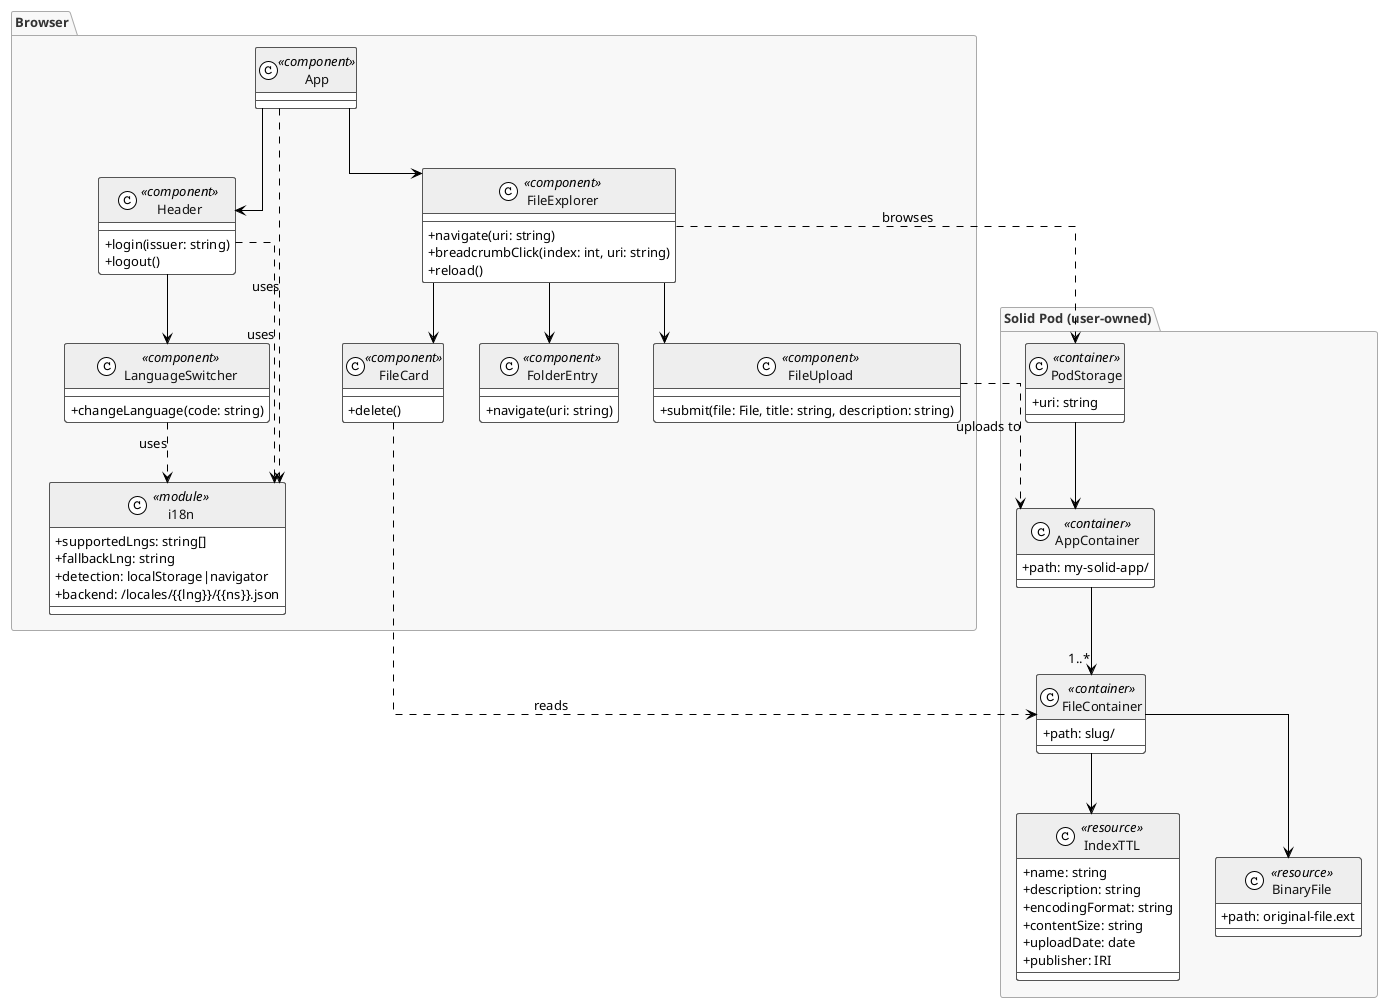
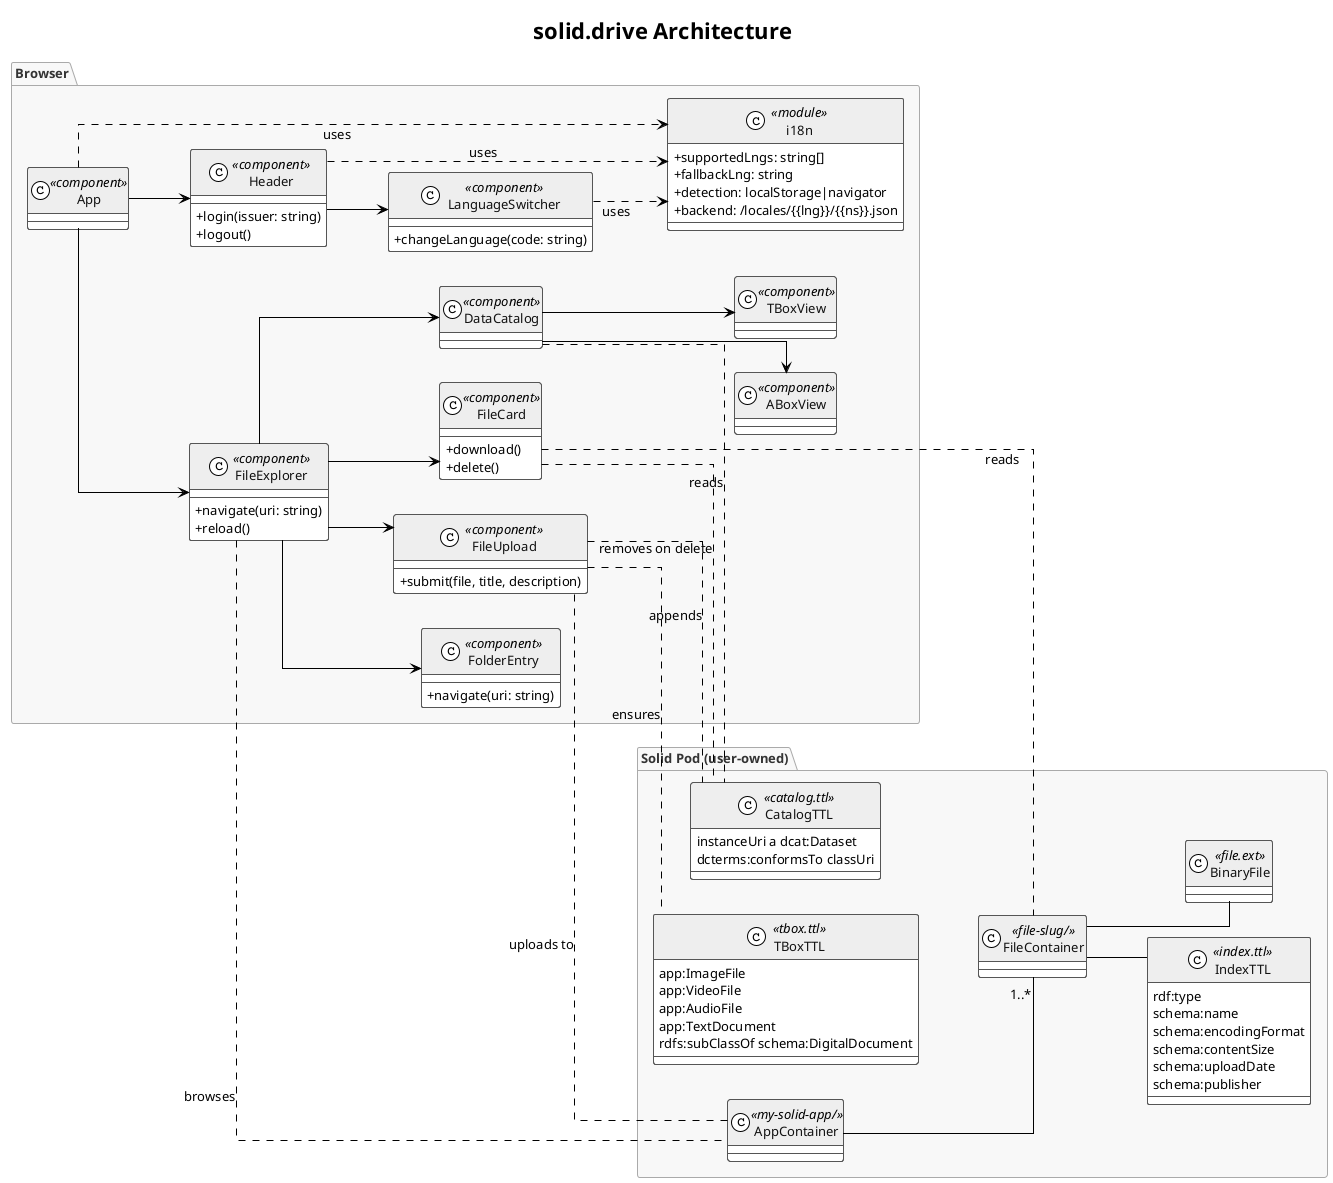
- @startuml solid.drive Architecture
+ @startuml architecture
+ title solid.drive Architecture
+ 
!theme plain
skinparam defaultFontName sans-serif
skinparam defaultFontSize 13
+ skinparam classAttributeIconSize 0
+ skinparam backgroundColor White
skinparam linetype ortho
- skinparam classAttributeIconSize 0

skinparam class {
  BackgroundColor White
  BorderColor #555555
  FontColor #111111
  HeaderBackgroundColor #EEEEEE
}

skinparam package {
  BackgroundColor #F8F8F8
  BorderColor #AAAAAA
  FontColor #333333
  FontStyle Bold
}

- skinparam note {
-   BackgroundColor #FFFFF0
-   BorderColor #AAAAAA
- }
+ left to right direction

package "Browser" {

-   class App <<component>> {
-   }
+   class App <<component>>

  class Header <<component>> {
    +login(issuer: string)
    +logout()
  }

  class LanguageSwitcher <<component>> {
    +changeLanguage(code: string)
  }

  class FileExplorer <<component>> {
    +navigate(uri: string)
-     +breadcrumbClick(index: int, uri: string)
    +reload()
  }

  class FileUpload <<component>> {
-     +submit(file: File, title: string, description: string)
+     +submit(file, title, description)
  }

  class FileCard <<component>> {
+     +download()
    +delete()
  }

  class FolderEntry <<component>> {
    +navigate(uri: string)
  }
+ 
+   class DataCatalog <<component>>
+   class TBoxView <<component>>
+   class ABoxView <<component>>

  class i18n <<module>> {
    +supportedLngs: string[]
    +fallbackLng: string
    +detection: localStorage|navigator
    +backend: /locales/{{lng}}/{{ns}}.json
  }

  App --> Header
  App --> FileExplorer
  Header --> LanguageSwitcher
  FileExplorer --> FileUpload
  FileExplorer --> FileCard
  FileExplorer --> FolderEntry
+   FileExplorer --> DataCatalog
+   DataCatalog --> TBoxView
+   DataCatalog --> ABoxView
  App ..> i18n : uses
  Header ..> i18n : uses
  LanguageSwitcher ..> i18n : uses
}

package "Solid Pod (user-owned)" {

-   class PodStorage <<container>> {
-     +uri: string
+   class TBoxTTL <<tbox.ttl>> {
+     app:ImageFile
+     app:VideoFile
+     app:AudioFile
+     app:TextDocument
+     rdfs:subClassOf schema:DigitalDocument
  }

-   class AppContainer <<container>> {
-     +path: my-solid-app/
+   class CatalogTTL <<catalog.ttl>> {
+     instanceUri a dcat:Dataset
+     dcterms:conformsTo classUri
  }

-   class FileContainer <<container>> {
-     +path: slug/
+   class AppContainer <<my-solid-app/>>
+ 
+   class FileContainer <<file-slug/>>
+ 
+   class IndexTTL <<index.ttl>> {
+     rdf:type
+     schema:name
+     schema:encodingFormat
+     schema:contentSize
+     schema:uploadDate
+     schema:publisher
  }

-   class IndexTTL <<resource>> {
-     +name: string
-     +description: string
-     +encodingFormat: string
-     +contentSize: string
-     +uploadDate: date
-     +publisher: IRI
-   }
+   class BinaryFile <<file.ext>>

-   class BinaryFile <<resource>> {
-     +path: original-file.ext
-   }
- 
-   PodStorage --> AppContainer
-   AppContainer --> "1..*" FileContainer
-   FileContainer --> IndexTTL
-   FileContainer --> BinaryFile
+   AppContainer -- "1..*" FileContainer
+   FileContainer -- IndexTTL
+   FileContainer -- BinaryFile
}

- FileExplorer ..> PodStorage : browses
- FileUpload ..> AppContainer : uploads to
- FileCard ..> FileContainer : reads
+ FileUpload .. TBoxTTL    : ensures
+ FileUpload .. CatalogTTL : appends
+ FileUpload .. AppContainer : uploads to
+ FileCard .. FileContainer  : reads
+ FileCard .. CatalogTTL    : removes on delete
+ DataCatalog .. CatalogTTL : reads
+ FileExplorer .. AppContainer : browses

@enduml
